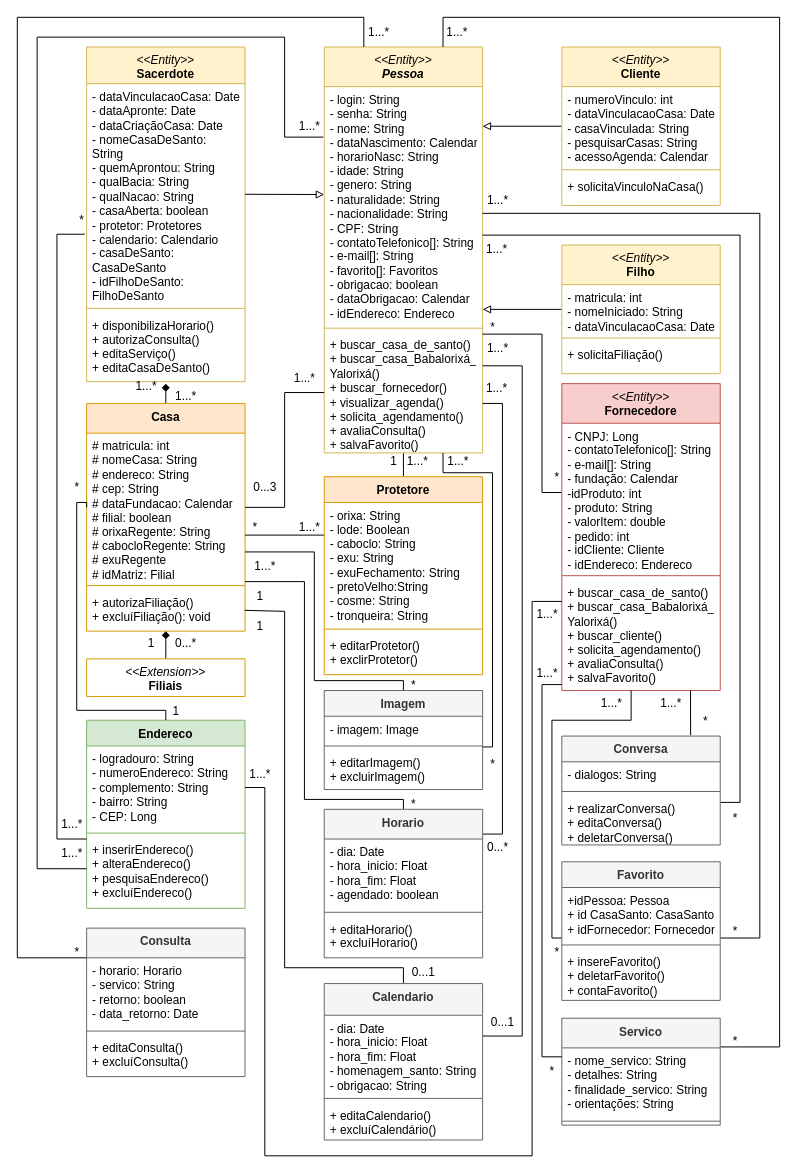
Above: DiagramaDeClasseSarava.drawio in AlexCarvalhovisk/sarava (draw.io), before the change. Source tidied: cells renumbered, new cells numbered last; positions are measured from the earlier drawing's top-left corner, leaving out a move shared by most shapes. Both pictures are drawn from the tidied source at 99%, with x=0, y=0 at pixel (17, 17).
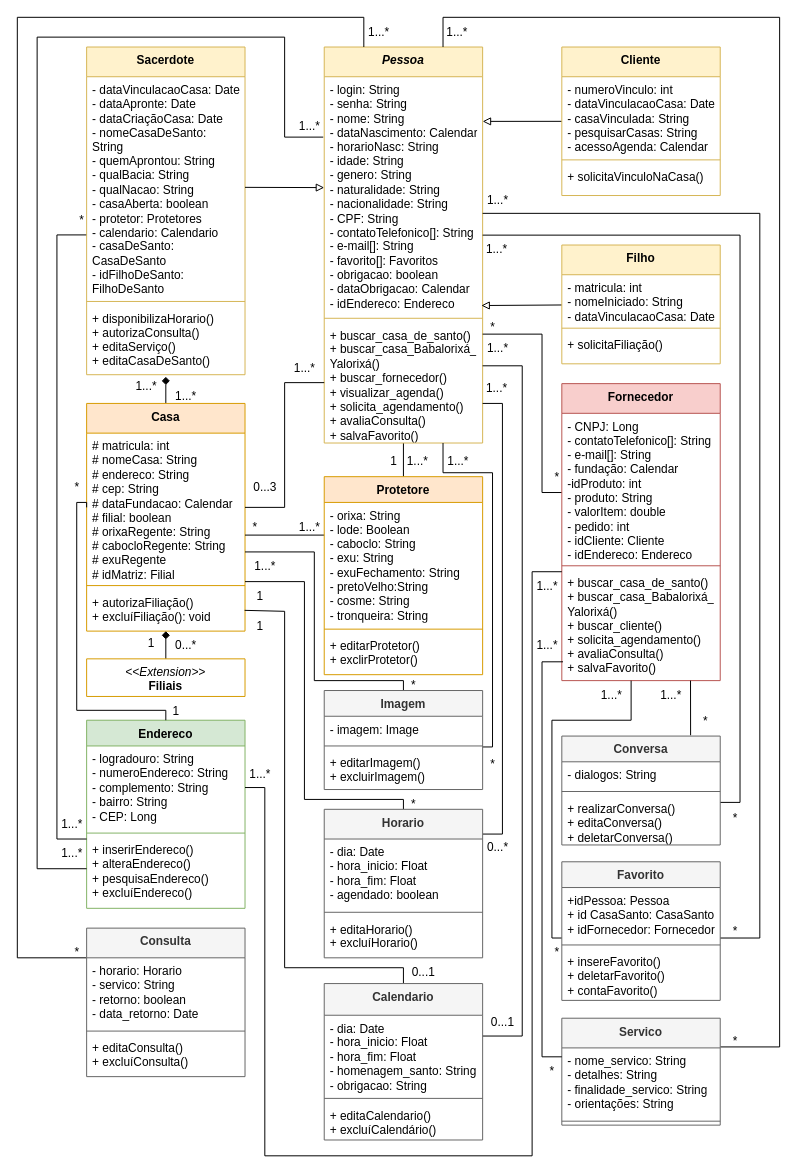
The same diagram, later.

The change refers to these unchanged cells:
```xml
<mxCell id="52" value="- nome_servico: String&lt;br&gt;- detalhes: String&lt;br&gt;- finalidade_servico: String&lt;br&gt;- orientações: String" style="text;strokeColor=none;fillColor=none;align=left;verticalAlign=top;spacingLeft=4;spacingRight=4;overflow=hidden;points=[[0,0.5],[1,0.5]];portConstraint=eastwest;whiteSpace=wrap;html=1;" parent="51" vertex="1">
  <mxGeometry y="30" width="160" height="70" as="geometry" />
</mxCell>
<mxCell id="55" value="- logradouro: String&lt;br&gt;- numeroEndereco: String&lt;br&gt;- complemento: String&lt;br&gt;- bairro: String&lt;br&gt;- CEP: Long" style="text;strokeColor=none;fillColor=none;align=left;verticalAlign=top;spacingLeft=4;spacingRight=4;overflow=hidden;points=[[0,0.5],[1,0.5]];portConstraint=eastwest;whiteSpace=wrap;html=1;" parent="54" vertex="1">
  <mxGeometry y="26" width="160" height="84" as="geometry" />
</mxCell>
<mxCell id="57" value="+ inserirEndereco()&lt;br&gt;+ alteraEndereco()&lt;br&gt;+ pesquisaEndereco()&lt;br&gt;+ excluíEndereco()" style="text;strokeColor=none;fillColor=none;align=left;verticalAlign=top;spacingLeft=4;spacingRight=4;overflow=hidden;points=[[0,0.5],[1,0.5]];portConstraint=eastwest;whiteSpace=wrap;html=1;" parent="54" vertex="1">
  <mxGeometry y="118" width="160" height="72" as="geometry" />
</mxCell>
<mxCell id="65" value="Conversa" style="swimlane;fontStyle=1;align=center;verticalAlign=top;horizontal=1;startSize=26;whiteSpace=wrap;html=1;fillColor=#f5f5f5;fontColor=#333333;strokeColor=#666666;" parent="1" vertex="1">
  <mxGeometry x="550" y="726" width="160" height="110" as="geometry" />
</mxCell>
<mxCell id="91" value="*" style="text;html=1;align=center;verticalAlign=middle;points=[];strokeColor=none;fillColor=none;" parent="1" vertex="1">
  <mxGeometry x="50" y="190" width="30" height="30" as="geometry" />
</mxCell>
```

Diff of the diagram source:
```diff
@@
-    <mxCell id="3" value="&lt;i style=&quot;border-color: var(--border-color); font-weight: 400;&quot;&gt;&amp;lt;&amp;lt;Entity&amp;gt;&amp;gt;&lt;/i&gt;&lt;br&gt;&lt;i&gt;Pessoa&lt;/i&gt;" style="swimlane;fontStyle=1;align=center;verticalAlign=top;horizontal=1;startSize=40;whiteSpace=wrap;html=1;fillColor=#fff2cc;strokeColor=#d6b656;" parent="1" vertex="1">
-      <mxGeometry x="310" y="30" width="160" height="410" as="geometry" />
+    <mxCell id="3" value="&lt;i&gt;Pessoa&lt;/i&gt;" style="swimlane;fontStyle=1;align=center;verticalAlign=top;horizontal=1;startSize=30;whiteSpace=wrap;html=1;fillColor=#fff2cc;strokeColor=#d6b656;" parent="1" vertex="1">
+      <mxGeometry x="310" y="30" width="160" height="400" as="geometry" />
     </mxCell>
     <mxCell id="4" value="- login: String&lt;br&gt;- senha: String&lt;br&gt;- nome: String&lt;br&gt;- dataNascimento: Calendar&lt;br&gt;- horarioNasc: String&lt;br&gt;- idade: String&lt;br&gt;- genero: String&lt;br&gt;- naturalidade: String&lt;br&gt;- nacionalidade: String&lt;br&gt;- CPF: String&lt;br&gt;- contatoTelefonico[]: String&lt;br&gt;- e-mail[]: String&lt;br&gt;- favorito[]: Favoritos&lt;br&gt;- obrigacao: boolean&lt;br&gt;- dataObrigacao: Calendar&lt;br&gt;- idEndereco: Endereco" style="text;strokeColor=none;fillColor=none;align=left;verticalAlign=top;spacingLeft=4;spacingRight=4;overflow=hidden;points=[[0,0.5],[1,0.5]];portConstraint=eastwest;whiteSpace=wrap;html=1;" parent="3" vertex="1">
-      <mxGeometry y="40" width="160" height="240" as="geometry" />
+      <mxGeometry y="30" width="160" height="240" as="geometry" />
     </mxCell>
     <mxCell id="5" style="line;strokeWidth=1;fillColor=none;align=left;verticalAlign=middle;spacingTop=-1;spacingLeft=3;spacingRight=3;labelPosition=right;strokeColor=inherit;" parent="3" vertex="1">
-      <mxGeometry y="280" width="160" height="8" as="geometry" />
+      <mxGeometry y="270" width="160" height="8" as="geometry" />
     </mxCell>
     <mxCell id="6" value="+ buscar_casa_de_santo()&lt;br&gt;+ buscar_casa_Babalorixá_&lt;br&gt;Yalorixá()&lt;br&gt;+ buscar_fornecedor()&lt;br&gt;+ visualizar_agenda()&lt;br&gt;+ solicita_agendamento()&lt;br&gt;+ avaliaConsulta()&lt;br&gt;+ salvaFavorito()" style="text;strokeColor=none;fillColor=none;align=left;verticalAlign=top;spacingLeft=4;spacingRight=4;overflow=hidden;points=[[0,0.5],[1,0.5]];portConstraint=eastwest;whiteSpace=wrap;html=1;" parent="3" vertex="1">
-      <mxGeometry y="288" width="160" height="122" as="geometry" />
+      <mxGeometry y="278" width="160" height="122" as="geometry" />
     </mxCell>
-    <mxCell id="7" style="rounded=0;jettySize=auto;html=1;endArrow=block;endFill=0;" parent="1" edge="1" source="8">
-      <mxGeometry relative="1" as="geometry">
-        <mxPoint x="470" y="295" as="targetPoint" />
-      </mxGeometry>
+    <mxCell id="7" style="rounded=0;jettySize=auto;html=1;endArrow=block;endFill=0;entryX=0.992;entryY=0.963;entryDx=0;entryDy=0;entryPerimeter=0;" parent="1" edge="1" source="8" target="4">
+      <mxGeometry relative="1" as="geometry" />
     </mxCell>
-    <mxCell id="8" value="&lt;i style=&quot;border-color: var(--border-color); font-weight: 400;&quot;&gt;&amp;lt;&amp;lt;Entity&amp;gt;&amp;gt;&lt;/i&gt;&lt;br&gt;Filho" style="swimlane;fontStyle=1;align=center;verticalAlign=top;horizontal=1;startSize=40;whiteSpace=wrap;html=1;fillColor=#fff2cc;strokeColor=#d6b656;" parent="1" vertex="1">
-      <mxGeometry x="550" y="230" width="160" height="130" as="geometry" />
+    <mxCell id="8" value="Filho" style="swimlane;fontStyle=1;align=center;verticalAlign=top;horizontal=1;startSize=30;whiteSpace=wrap;html=1;fillColor=#fff2cc;strokeColor=#d6b656;" parent="1" vertex="1">
+      <mxGeometry x="550" y="230" width="160" height="120" as="geometry" />
     </mxCell>
     <mxCell id="9" value="- matricula: int&lt;br&gt;- nomeIniciado: String&lt;br style=&quot;border-color: var(--border-color);&quot;&gt;- dataVinculacaoCasa: Date" style="text;strokeColor=none;fillColor=none;align=left;verticalAlign=top;spacingLeft=4;spacingRight=4;overflow=hidden;whiteSpace=wrap;html=1;" parent="8" vertex="1">
-      <mxGeometry y="40" width="160" height="50" as="geometry" />
+      <mxGeometry y="30" width="160" height="50" as="geometry" />
     </mxCell>
     <mxCell id="10" style="line;strokeWidth=1;fillColor=none;align=left;verticalAlign=middle;spacingTop=-1;spacingLeft=3;spacingRight=3;labelPosition=right;strokeColor=inherit;" parent="8" vertex="1">
-      <mxGeometry y="90" width="160" height="8" as="geometry" />
+      <mxGeometry y="80" width="160" height="8" as="geometry" />
     </mxCell>
     <mxCell id="11" value="+ solicitaFiliação()" style="text;strokeColor=none;fillColor=none;align=left;verticalAlign=top;spacingLeft=4;spacingRight=4;overflow=hidden;whiteSpace=wrap;html=1;" parent="8" vertex="1">
-      <mxGeometry y="98" width="160" height="32" as="geometry" />
+      <mxGeometry y="88" width="160" height="32" as="geometry" />
     </mxCell>
-    <mxCell id="12" style="rounded=0;jettySize=auto;html=1;endArrow=block;endFill=0;" parent="1" edge="1" source="13">
-      <mxGeometry relative="1" as="geometry">
-        <mxPoint x="470" y="110" as="targetPoint" />
-      </mxGeometry>
+    <mxCell id="12" style="rounded=0;jettySize=auto;html=1;endArrow=block;endFill=0;entryX=1;entryY=0.188;entryDx=0;entryDy=0;entryPerimeter=0;" parent="1" edge="1" source="13" target="4">
+      <mxGeometry relative="1" as="geometry" />
     </mxCell>
-    <mxCell id="13" value="&lt;i style=&quot;border-color: var(--border-color); font-weight: 400;&quot;&gt;&amp;lt;&amp;lt;Entity&amp;gt;&amp;gt;&lt;/i&gt;&lt;br&gt;Cliente" style="swimlane;fontStyle=1;align=center;verticalAlign=top;horizontal=1;startSize=40;whiteSpace=wrap;html=1;fillColor=#fff2cc;strokeColor=#d6b656;" parent="1" vertex="1">
-      <mxGeometry x="550" y="30" width="160" height="160" as="geometry" />
+    <mxCell id="13" value="Cliente" style="swimlane;fontStyle=1;align=center;verticalAlign=top;horizontal=1;startSize=30;whiteSpace=wrap;html=1;fillColor=#fff2cc;strokeColor=#d6b656;" parent="1" vertex="1">
+      <mxGeometry x="550" y="30" width="160" height="150" as="geometry" />
     </mxCell>
     <mxCell id="14" value="- numeroVinculo: int&lt;br&gt;- dataVinculacaoCasa: Date&lt;br&gt;- casaVinculada: String&lt;br&gt;- pesquisarCasas: String&lt;br&gt;- acessoAgenda: Calendar" style="text;strokeColor=none;fillColor=none;align=left;verticalAlign=top;spacingLeft=4;spacingRight=4;overflow=hidden;whiteSpace=wrap;html=1;" parent="13" vertex="1">
-      <mxGeometry y="40" width="160" height="80" as="geometry" />
+      <mxGeometry y="30" width="160" height="80" as="geometry" />
     </mxCell>
     <mxCell id="15" style="line;strokeWidth=1;fillColor=none;align=left;verticalAlign=middle;spacingTop=-1;spacingLeft=3;spacingRight=3;labelPosition=right;strokeColor=inherit;" parent="13" vertex="1">
-      <mxGeometry y="120" width="160" height="8" as="geometry" />
+      <mxGeometry y="110" width="160" height="8" as="geometry" />
     </mxCell>
     <mxCell id="16" value="+ solicitaVinculoNaCasa()" style="text;strokeColor=none;fillColor=none;align=left;verticalAlign=top;spacingLeft=4;spacingRight=4;overflow=hidden;whiteSpace=wrap;html=1;" parent="13" vertex="1">
-      <mxGeometry y="128" width="160" height="32" as="geometry" />
+      <mxGeometry y="118" width="160" height="32" as="geometry" />
     </mxCell>
@@
-    <mxCell id="18" value="&lt;i style=&quot;border-color: var(--border-color); font-weight: 400;&quot;&gt;&amp;lt;&amp;lt;Entity&amp;gt;&amp;gt;&lt;/i&gt;&lt;br&gt;Fornecedore" style="swimlane;fontStyle=1;align=center;verticalAlign=top;horizontal=1;startSize=40;whiteSpace=wrap;html=1;fillColor=#f8cecc;strokeColor=#b85450;" parent="1" vertex="1">
-      <mxGeometry x="550" y="370" width="160" height="310" as="geometry" />
+    <mxCell id="18" value="Fornecedor" style="swimlane;fontStyle=1;align=center;verticalAlign=top;horizontal=1;startSize=30;whiteSpace=wrap;html=1;fillColor=#f8cecc;strokeColor=#b85450;" parent="1" vertex="1">
+      <mxGeometry x="550" y="370" width="160" height="300" as="geometry" />
     </mxCell>
     <mxCell id="19" value="- CNPJ: Long&lt;br&gt;- contatoTelefonico[]: String&lt;br&gt;- e-mail[]: String&lt;br&gt;- fundação: Calendar&lt;br&gt;-idProduto: int&lt;br&gt;- produto: String&lt;br&gt;- valorItem: double&lt;br&gt;- pedido: int&lt;br&gt;- idCliente: Cliente&lt;br&gt;- idEndereco: Endereco" style="text;strokeColor=none;fillColor=none;align=left;verticalAlign=top;spacingLeft=4;spacingRight=4;overflow=hidden;points=[[0,0.5],[1,0.5]];portConstraint=eastwest;whiteSpace=wrap;html=1;" parent="18" vertex="1">
-      <mxGeometry y="40" width="160" height="150" as="geometry" />
+      <mxGeometry y="30" width="160" height="150" as="geometry" />
     </mxCell>
     <mxCell id="20" style="line;strokeWidth=1;fillColor=none;align=left;verticalAlign=middle;spacingTop=-1;spacingLeft=3;spacingRight=3;labelPosition=right;strokeColor=inherit;" parent="18" vertex="1">
-      <mxGeometry y="190" width="160" height="8" as="geometry" />
+      <mxGeometry y="180" width="160" height="8" as="geometry" />
     </mxCell>
     <mxCell id="21" value="+ buscar_casa_de_santo()&lt;br&gt;+ buscar_casa_Babalorixá_&lt;br&gt;Yalorixá()&lt;br&gt;+ buscar_cliente()&lt;br&gt;+ solicita_agendamento()&lt;br&gt;+ avaliaConsulta()&lt;br&gt;+ salvaFavorito()" style="text;strokeColor=none;fillColor=none;align=left;verticalAlign=top;spacingLeft=4;spacingRight=4;overflow=hidden;points=[[0,0.5],[1,0.5]];portConstraint=eastwest;whiteSpace=wrap;html=1;" parent="18" vertex="1">
-      <mxGeometry y="198" width="160" height="112" as="geometry" />
+      <mxGeometry y="188" width="160" height="112" as="geometry" />
     </mxCell>
-    <mxCell id="22" value="&lt;i style=&quot;font-weight: normal;&quot;&gt;&amp;lt;&amp;lt;Entity&amp;gt;&amp;gt;&lt;br&gt;&lt;/i&gt;Sacerdote" style="swimlane;fontStyle=1;align=center;verticalAlign=top;horizontal=1;startSize=37;whiteSpace=wrap;html=1;fillColor=#fff2cc;strokeColor=#d6b656;" parent="1" vertex="1">
-      <mxGeometry x="70" y="30" width="160" height="338" as="geometry" />
+    <mxCell id="22" value="Sacerdote" style="swimlane;fontStyle=1;align=center;verticalAlign=top;horizontal=1;startSize=30;whiteSpace=wrap;html=1;fillColor=#fff2cc;strokeColor=#d6b656;" parent="1" vertex="1">
+      <mxGeometry x="70" y="30" width="160" height="331" as="geometry" />
     </mxCell>
     <mxCell id="23" value="- dataVinculacaoCasa: Date&lt;br style=&quot;border-color: var(--border-color);&quot;&gt;- dataApronte: Date&lt;br&gt;- dataCriaçãoCasa: Date&lt;br&gt;- nomeCasaDeSanto: String&lt;br&gt;- quemAprontou: String&lt;br&gt;- qualBacia: String&lt;br&gt;- qualNacao: String&lt;br&gt;- casaAberta: boolean&lt;br&gt;- protetor: Protetores&lt;br&gt;- calendario: Calendario&lt;br&gt;- casaDeSanto: CasaDeSanto&lt;br&gt;- idFilhoDeSanto: FilhoDeSanto" style="text;strokeColor=none;fillColor=none;align=left;verticalAlign=top;spacingLeft=4;spacingRight=4;overflow=hidden;points=[[0,0.5],[1,0.5]];portConstraint=eastwest;whiteSpace=wrap;html=1;" parent="22" vertex="1">
-      <mxGeometry y="37" width="160" height="223" as="geometry" />
+      <mxGeometry y="30" width="160" height="223" as="geometry" />
     </mxCell>
     <mxCell id="24" style="line;strokeWidth=1;fillColor=none;align=left;verticalAlign=middle;spacingTop=-1;spacingLeft=3;spacingRight=3;labelPosition=right;strokeColor=inherit;" parent="22" vertex="1">
-      <mxGeometry y="260" width="160" height="8" as="geometry" />
+      <mxGeometry y="253" width="160" height="8" as="geometry" />
     </mxCell>
     <mxCell id="25" value="+ disponibilizaHorario()&lt;br&gt;+ autorizaConsulta()&lt;br&gt;+ editaServiço()&lt;br&gt;+ editaCasaDeSanto()" style="text;strokeColor=none;fillColor=none;align=left;verticalAlign=top;spacingLeft=4;spacingRight=4;overflow=hidden;points=[[0,0.5],[1,0.5]];portConstraint=eastwest;whiteSpace=wrap;html=1;" parent="22" vertex="1">
-      <mxGeometry y="268" width="160" height="70" as="geometry" />
+      <mxGeometry y="261" width="160" height="70" as="geometry" />
     </mxCell>
@@
     <mxCell id="63" style="rounded=0;jettySize=auto;html=1;endArrow=none;endFill=0;exitX=0.813;exitY=-0.007;exitDx=0;exitDy=0;exitPerimeter=0;" parent="1" edge="1" source="65">
       <mxGeometry relative="1" as="geometry">
-        <mxPoint x="680" y="680" as="targetPoint" />
+        <mxPoint x="680" y="670" as="targetPoint" />
       </mxGeometry>
     </mxCell>
@@
     <mxCell id="76" style="rounded=0;jettySize=auto;html=1;endArrow=block;endFill=0;" parent="1" edge="1" source="23">
       <mxGeometry relative="1" as="geometry">
-        <mxPoint x="310" y="179" as="targetPoint" />
+        <mxPoint x="310" y="172" as="targetPoint" />
       </mxGeometry>
     </mxCell>
@@
-    <mxCell id="79" style="edgeStyle=orthogonalEdgeStyle;rounded=0;jettySize=auto;html=1;entryX=-0.012;entryY=0.682;entryDx=0;entryDy=0;entryPerimeter=0;endArrow=none;endFill=0;" parent="1" edge="1" source="57" target="23">
+    <mxCell id="79" style="edgeStyle=orthogonalEdgeStyle;rounded=0;jettySize=auto;html=1;entryX=0.653;entryY=0.993;entryDx=0;entryDy=0;entryPerimeter=0;endArrow=none;endFill=0;" parent="1" edge="1" source="57" target="91">
       <mxGeometry relative="1" as="geometry">
         <Array as="points">
           <mxPoint x="40" y="830" />
-          <mxPoint x="40" y="219" />
+          <mxPoint x="40" y="220" />
         </Array>
       </mxGeometry>
     </mxCell>
     <mxCell id="80" style="edgeStyle=orthogonalEdgeStyle;rounded=0;jettySize=auto;html=1;entryX=1;entryY=0.5;entryDx=0;entryDy=0;endArrow=none;endFill=0;" parent="1" edge="1" target="55">
       <mxGeometry relative="1" as="geometry">
-        <mxPoint x="550" y="590" as="sourcePoint" />
+        <mxPoint x="550" y="560" as="sourcePoint" />
         <Array as="points">
-          <mxPoint x="520" y="590" />
+          <mxPoint x="550" y="560" />
+          <mxPoint x="520" y="560" />
           <mxPoint x="520" y="1150" />
           <mxPoint x="250" y="1150" />
           <mxPoint x="250" y="778" />
         </Array>
       </mxGeometry>
     </mxCell>
@@
     <mxCell id="95" value="1...*" style="text;html=1;align=center;verticalAlign=middle;strokeColor=none;fillColor=none;" parent="1" vertex="1">
-      <mxGeometry x="515" y="588" width="40" height="30" as="geometry" />
+      <mxGeometry x="515" y="560" width="40" height="30" as="geometry" />
     </mxCell>
@@
     <mxCell id="104" value="1...*" style="text;html=1;align=center;verticalAlign=middle;strokeColor=none;fillColor=none;" parent="1" vertex="1">
-      <mxGeometry x="270" y="350" width="40" height="30" as="geometry" />
+      <mxGeometry x="270" y="340" width="40" height="30" as="geometry" />
     </mxCell>
@@
     <mxCell id="115" value="1...*" style="text;html=1;align=center;verticalAlign=middle;strokeColor=none;fillColor=none;" parent="1" vertex="1">
-      <mxGeometry x="580" y="678" width="40" height="30" as="geometry" />
+      <mxGeometry x="580" y="670" width="40" height="30" as="geometry" />
     </mxCell>
@@
-    <mxCell id="117" style="edgeStyle=orthogonalEdgeStyle;rounded=0;jettySize=auto;html=1;endArrow=none;endFill=0;" parent="1" edge="1" source="52">
+    <mxCell id="117" style="edgeStyle=orthogonalEdgeStyle;rounded=0;jettySize=auto;html=1;endArrow=none;endFill=0;entryX=0.905;entryY=1.033;entryDx=0;entryDy=0;entryPerimeter=0;" parent="1" edge="1" source="52" target="119">
       <mxGeometry relative="1" as="geometry">
-        <mxPoint x="550" y="674" as="targetPoint" />
         <Array as="points">
           <mxPoint x="530" y="1050" />
-          <mxPoint x="530" y="674" />
-          <mxPoint x="550" y="674" />
+          <mxPoint x="530" y="651" />
         </Array>
       </mxGeometry>
     </mxCell>
@@
     <mxCell id="119" value="1...*" style="text;html=1;align=center;verticalAlign=middle;points=[];strokeColor=none;fillColor=none;" parent="1" vertex="1">
-      <mxGeometry x="515" y="648" width="40" height="30" as="geometry" />
+      <mxGeometry x="515" y="620" width="40" height="30" as="geometry" />
     </mxCell>
@@
     <mxCell id="121" value="1...*" style="text;html=1;align=center;verticalAlign=middle;strokeColor=none;fillColor=none;" parent="1" vertex="1">
-      <mxGeometry x="640" y="678" width="40" height="30" as="geometry" />
+      <mxGeometry x="640" y="670" width="40" height="30" as="geometry" />
     </mxCell>
@@
     <mxCell id="126" value="0...*" style="text;html=1;align=center;verticalAlign=middle;strokeColor=none;fillColor=none;" parent="1" vertex="1">
-      <mxGeometry x="150" y="618" width="40" height="30" as="geometry" />
+      <mxGeometry x="150" y="620" width="40" height="30" as="geometry" />
     </mxCell>
```
